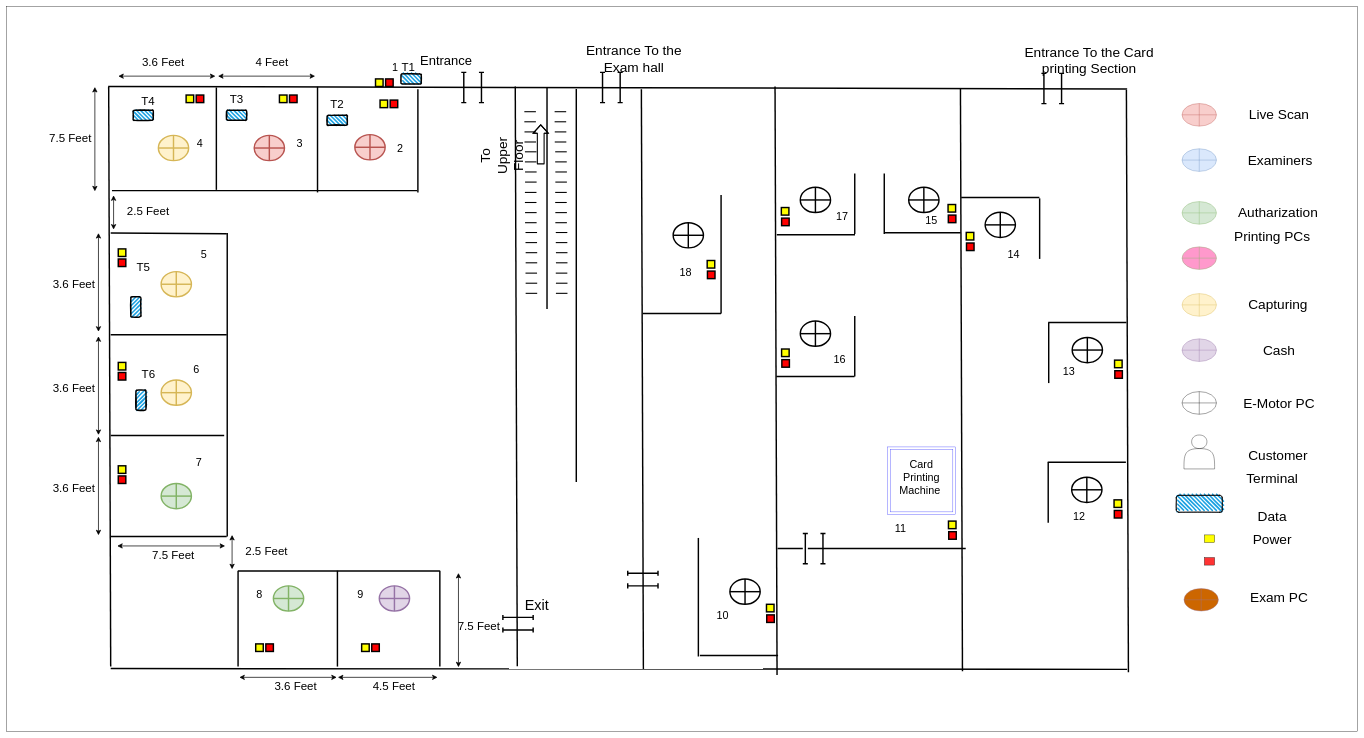
The draw.io diagram anuradhapura_ground.drawio in thushan-harshajeewa/dmt-diagrams, before the edit. Source tidied: cells renumbered, new cells numbered last; positions are measured from the earlier drawing's top-left corner, leaving out a move shared by most shapes. Both pictures are drawn from the tidied source at 36%, with x=0, y=0 at pixel (6, 6).
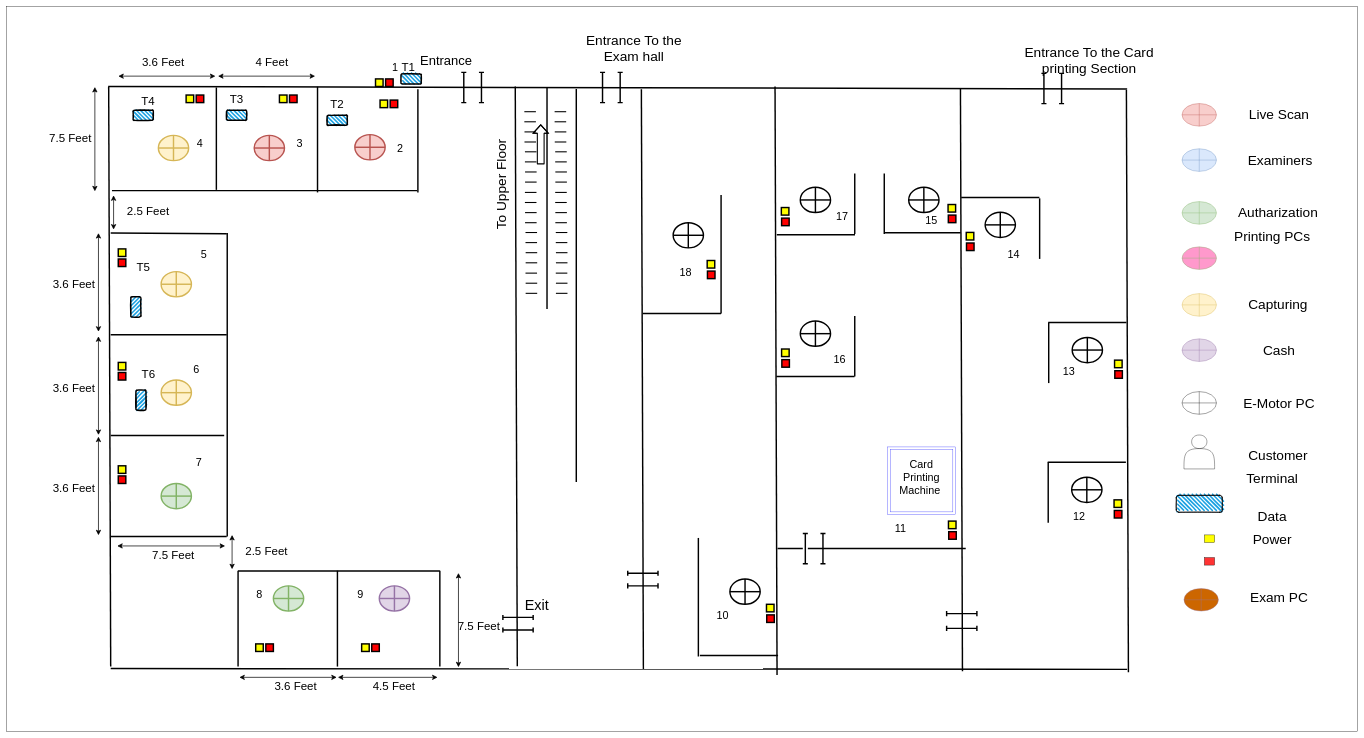
After the change.

What changed in the source:
```diff
@@
     <mxCell id="116" value="&lt;font style=&quot;font-size: 38px;&quot;&gt;Entrance To the Exam hall&lt;/font&gt;" style="text;html=1;align=center;verticalAlign=middle;whiteSpace=wrap;rounded=0;strokeWidth=4;" parent="1" vertex="1">
-      <mxGeometry x="1600.1" y="136.5" width="287.3" height="21" as="geometry" />
+      <mxGeometry x="1600.1" y="106.5" width="287.3" height="21" as="geometry" />
     </mxCell>
@@
     <mxCell id="160" value="&lt;font style=&quot;font-size: 38px;&quot;&gt;To Upper Floor&lt;/font&gt;" style="text;html=1;align=center;verticalAlign=middle;whiteSpace=wrap;rounded=0;strokeWidth=4;rotation=270;" parent="1" vertex="1">
-      <mxGeometry x="1302.4" y="404.2" width="150.6" height="21" as="geometry" />
+      <mxGeometry x="1248" y="484" width="255.6" height="21" as="geometry" />
     </mxCell>
@@
+    <mxCell id="238" style="shape=crossbar;whiteSpace=wrap;html=1;rounded=1;strokeWidth=4;direction=west;" parent="1" vertex="1">
+      <mxGeometry x="2612" y="1680" width="84.1" height="14" as="geometry" />
+    </mxCell>
+    <mxCell id="239" style="shape=crossbar;whiteSpace=wrap;html=1;rounded=1;strokeWidth=4;direction=west;" parent="1" vertex="1">
+      <mxGeometry x="2612" y="1721" width="84.1" height="14" as="geometry" />
+    </mxCell>
```
